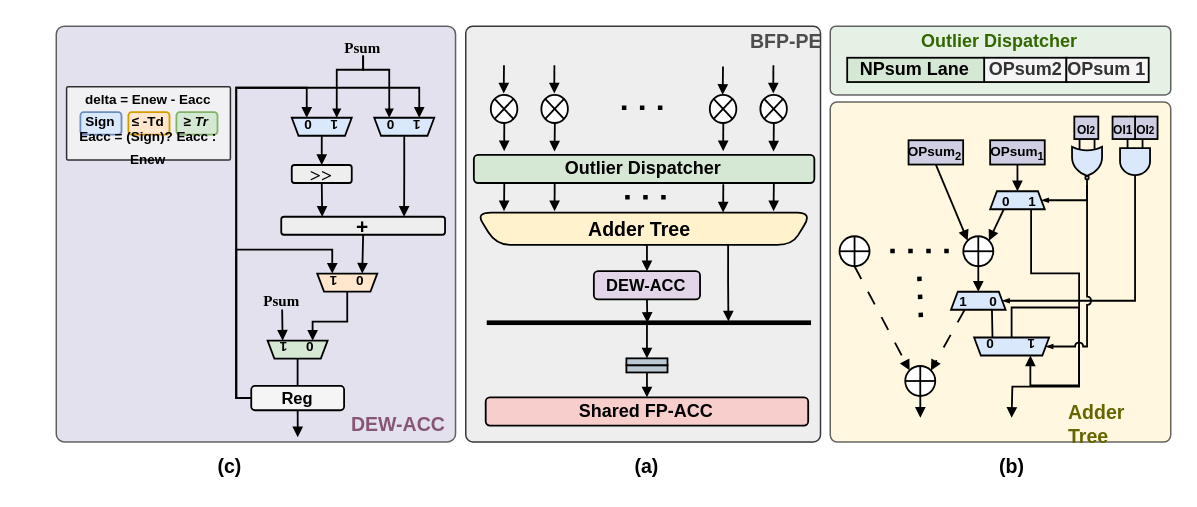
akira2963753/research-space keeps this draw.io diagram as research1/architecture/top2_dewa_fpacc_architecture.drawio. Above is the earlier version. Source tidied: cells renumbered, new cells numbered last; positions are measured from the earlier drawing's top-left corner, leaving out a move shared by most shapes. Both pictures are drawn from the tidied source at 150%, with x=0, y=0 at pixel (56, 26).
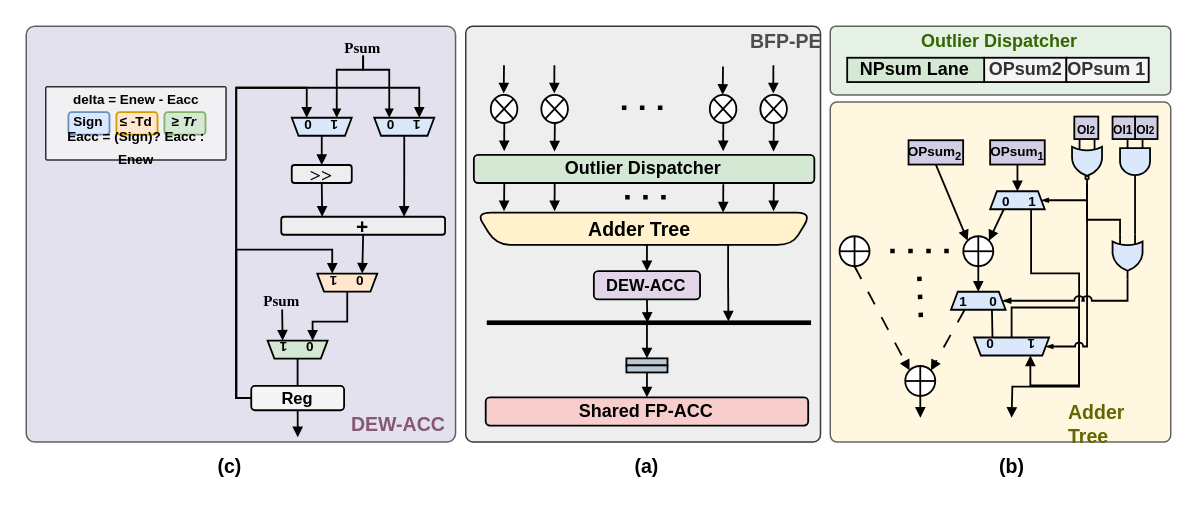
The same page after the edit.

The change refers to these unchanged cells:
```xml
<mxCell id="7" style="verticalLabelPosition=bottom;shadow=0;dashed=0;align=center;html=1;verticalAlign=top;shape=mxgraph.electrical.logic_gates.logic_gate;operation=and;rotation=90;strokeWidth=1.2;fillColor=#dae8fc;strokeColor=default;fontFamily= EB Garamond ;" parent="1" vertex="1">
  <mxGeometry x="704.2" y="80.2" width="30" height="20" as="geometry" />
</mxCell>
<mxCell id="20" value="&lt;font style=&quot;font-size: 9px;&quot;&gt;&lt;b style=&quot;&quot;&gt;1&amp;nbsp; &amp;nbsp; &amp;nbsp; 0&lt;/b&gt;&lt;/font&gt;" style="shape=trapezoid;perimeter=trapezoidPerimeter;whiteSpace=wrap;html=1;fixedSize=1;size=4.5172624259159875;rotation=0;fillColor=#dae8fc;strokeColor=default;strokeWidth=1.2;fontFamily= EB Garamond ;" parent="1" vertex="1">
  <mxGeometry x="596.5" y="177" width="36.4" height="12" as="geometry" />
</mxCell>
```

What changed in the source:
```diff
@@
     <mxCell id="2" style="rounded=1;whiteSpace=wrap;html=1;shadow=0;strokeWidth=1;fontFamily= EB Garamond ;fontStyle=1;glass=0;strokeColor=default;fillColor=#d0cee2;arcSize=2;opacity=60;" parent="1" vertex="1">
-      <mxGeometry width="266.2" height="277.1" as="geometry" />
+      <mxGeometry x="-20" width="286.2" height="277.1" as="geometry" />
     </mxCell>
     <mxCell id="3" style="rounded=1;whiteSpace=wrap;html=1;shadow=0;strokeWidth=1;fontFamily= EB Garamond ;fontStyle=1;glass=0;strokeColor=default;fillColor=#f5f5f5;arcSize=2;fontColor=#333333;opacity=80;" parent="1" vertex="1">
-      <mxGeometry x="6.9" y="40.3" width="109.2" height="48.8" as="geometry" />
+      <mxGeometry x="-7" y="40.3" width="120.2" height="48.8" as="geometry" />
     </mxCell>
@@
-    <mxCell id="6" style="edgeStyle=orthogonalEdgeStyle;rounded=0;jettySize=auto;html=1;exitX=1;exitY=0.5;exitDx=0;exitDy=0;exitPerimeter=0;entryX=1;entryY=0.5;entryDx=0;entryDy=0;strokeWidth=1.2;endArrow=blockThin;endFill=1;endSize=2;fontFamily= EB Garamond ;" parent="1" edge="1" source="7" target="20">
-      <mxGeometry relative="1" as="geometry">
-        <Array as="points">
-          <mxPoint x="719.2" y="183" />
-        </Array>
-      </mxGeometry>
-    </mxCell>
@@
     <mxCell id="68" value="&lt;font style=&quot;font-size: 9px;&quot; face=&quot;EB Garamond&quot;&gt;&lt;b style=&quot;&quot;&gt;delta = Enew - Eacc&lt;/b&gt;&lt;/font&gt;" style="text;html=1;whiteSpace=wrap;strokeColor=none;fillColor=none;align=center;verticalAlign=middle;rounded=0;rotation=0;" parent="1" vertex="1">
-      <mxGeometry x="15.8" y="40.3" width="91.3" height="15" as="geometry" />
+      <mxGeometry x="7.8" y="40.3" width="91.3" height="15" as="geometry" />
     </mxCell>
     <mxCell id="69" value="&lt;font style=&quot;font-size: 9px;&quot; face=&quot;EB Garamond&quot;&gt;≤&amp;nbsp;-Td&lt;/font&gt;" style="rounded=1;whiteSpace=wrap;html=1;fillColor=#ffe6cc;strokeColor=#d79b00;strokeWidth=1.2;fontFamily= EB Garamond ;fontStyle=1;shadow=0;verticalAlign=bottom;" parent="1" vertex="1">
-      <mxGeometry x="48.1" y="57.3" width="27.4" height="15" as="geometry" />
+      <mxGeometry x="40.1" y="57.3" width="27.4" height="15" as="geometry" />
     </mxCell>
     <mxCell id="70" value="&lt;font style=&quot;font-size: 9px;&quot; face=&quot;EB Garamond&quot;&gt;&lt;i style=&quot;&quot;&gt;≥&amp;nbsp;Tr&lt;/i&gt;&lt;/font&gt;" style="rounded=1;whiteSpace=wrap;html=1;fillColor=#d5e8d4;strokeColor=#82b366;strokeWidth=1.2;fontFamily= EB Garamond ;fontStyle=1;shadow=0;verticalAlign=bottom;" parent="1" vertex="1">
-      <mxGeometry x="80.1" y="57.3" width="27.4" height="15" as="geometry" />
+      <mxGeometry x="72.1" y="57.3" width="27.4" height="15" as="geometry" />
     </mxCell>
@@
     <mxCell id="75" value="&lt;font style=&quot;font-size: 9px;&quot; face=&quot;EB Garamond&quot;&gt;Sign&lt;/font&gt;" style="rounded=1;whiteSpace=wrap;html=1;fillColor=#dae8fc;strokeColor=#6c8ebf;strokeWidth=1.2;fontFamily= EB Garamond ;fontStyle=1;shadow=0;verticalAlign=bottom;" parent="1" vertex="1">
-      <mxGeometry x="16.1" y="57.3" width="27.4" height="15" as="geometry" />
+      <mxGeometry x="8.1" y="57.3" width="27.4" height="15" as="geometry" />
     </mxCell>
@@
     <mxCell id="102" value="&lt;font style=&quot;font-size: 9px;&quot; face=&quot;EB Garamond&quot;&gt;&lt;b style=&quot;&quot;&gt;Eacc = (Sign)? Eacc : Enew&lt;/b&gt;&lt;/font&gt;" style="text;html=1;whiteSpace=wrap;strokeColor=none;fillColor=none;align=center;verticalAlign=middle;rounded=0;rotation=0;" parent="1" vertex="1">
-      <mxGeometry x="6.9" y="72.7" width="109.2" height="15" as="geometry" />
+      <mxGeometry x="-1.1" y="72.7" width="109.2" height="15" as="geometry" />
     </mxCell>
+    <mxCell id="103" style="edgeStyle=orthogonalEdgeStyle;rounded=0;jettySize=auto;html=1;exitX=1;exitY=0.5;exitDx=0;exitDy=0;exitPerimeter=0;entryX=1;entryY=0.5;entryDx=0;entryDy=0;endSize=3;endArrow=blockThin;endFill=1;strokeWidth=1.2;jumpStyle=arc;" parent="1" edge="1" source="104" target="20">
+      <mxGeometry relative="1" as="geometry">
+        <Array as="points">
+          <mxPoint x="714.2" y="183" />
+        </Array>
+      </mxGeometry>
+    </mxCell>
+    <mxCell id="104" style="verticalLabelPosition=bottom;shadow=0;dashed=0;align=center;html=1;verticalAlign=top;shape=mxgraph.electrical.logic_gates.logic_gate;operation=or;rotation=90;fillColor=#dae8fc;strokeColor=default;strokeWidth=1.2;" parent="1" vertex="1">
+      <mxGeometry x="699.2" y="144" width="30" height="20" as="geometry" />
+    </mxCell>
+    <mxCell id="105" style="edgeStyle=orthogonalEdgeStyle;rounded=0;jettySize=auto;html=1;exitX=1;exitY=0.5;exitDx=0;exitDy=0;exitPerimeter=0;entryX=0;entryY=0.75;entryDx=0;entryDy=0;entryPerimeter=0;endArrow=none;endFill=0;strokeWidth=1.2;" parent="1" edge="1" target="104">
+      <mxGeometry relative="1" as="geometry">
+        <mxPoint x="687.2" y="104.8" as="sourcePoint" />
+        <Array as="points">
+          <mxPoint x="687.2" y="129" />
+          <mxPoint x="709.2" y="129" />
+        </Array>
+      </mxGeometry>
+    </mxCell>
+    <mxCell id="106" style="edgeStyle=orthogonalEdgeStyle;rounded=0;jettySize=auto;html=1;exitX=1;exitY=0.5;exitDx=0;exitDy=0;exitPerimeter=0;entryX=0;entryY=0.25;entryDx=0;entryDy=0;entryPerimeter=0;endArrow=none;endFill=0;strokeWidth=1.2;" parent="1" edge="1" source="7" target="104">
+      <mxGeometry relative="1" as="geometry" />
+    </mxCell>
```
